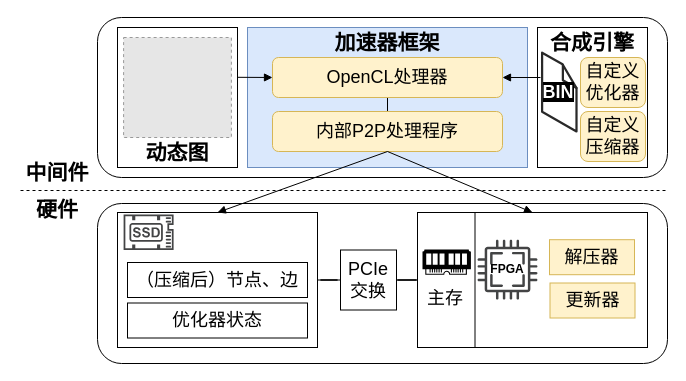
Earlier version of the draw.io diagram fpga.drawio (icszhr/GNN-project). Source tidied: cells renumbered, new cells numbered last; positions are measured from the earlier drawing's top-left corner, leaving out a move shared by most shapes. Both pictures are drawn from the tidied source at 100%, with x=0, y=0 at pixel (17, 17). Pictures stored in the file or linked from it are replaced by grey dashed boxes.
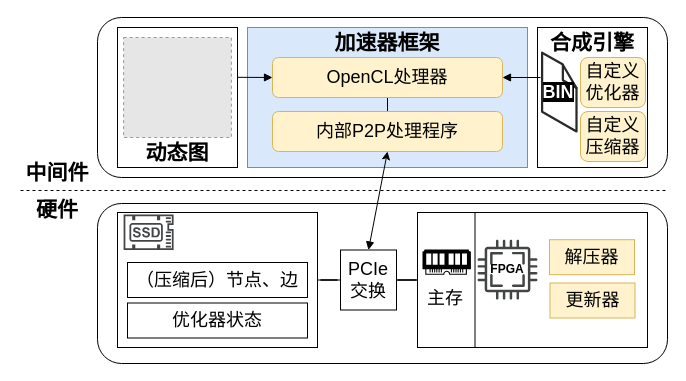
Above is the later version.

Unchanged cells that the change refers to:
```xml
<mxCell id="11" style="rounded=1;whiteSpace=wrap;html=1;fillColor=#fff2cc;strokeColor=#d6b656;" parent="1" vertex="1">
  <mxGeometry x="255" y="94" width="230" height="40" as="geometry" />
</mxCell>
<mxCell id="19" style="rounded=0;whiteSpace=wrap;html=1;" parent="1" vertex="1">
  <mxGeometry x="100" y="195" width="200" height="135" as="geometry" />
</mxCell>
<mxCell id="22" value="&lt;font style=&quot;font-size: 18px;&quot;&gt;PCIe&lt;/font&gt;&lt;div style=&quot;font-size: 18px;&quot;&gt;&lt;font style=&quot;font-size: 18px;&quot;&gt;交换&lt;/font&gt;&lt;/div&gt;" style="rounded=0;whiteSpace=wrap;html=1;" parent="1" vertex="1">
  <mxGeometry x="323" y="232.5" width="56" height="60" as="geometry" />
</mxCell>
<mxCell id="23" style="rounded=0;whiteSpace=wrap;html=1;" parent="1" vertex="1">
  <mxGeometry x="400" y="195" width="230" height="135" as="geometry" />
</mxCell>
```

The edit, as a diff of the source:
```diff
@@
-    <mxCell id="37" style="rounded=0;jettySize=auto;html=1;exitX=0.5;exitY=1;exitDx=0;exitDy=0;entryX=0.5;entryY=0;entryDx=0;entryDy=0;endArrow=block;endFill=1;" parent="1" edge="1" source="11" target="19">
-      <mxGeometry relative="1" as="geometry" />
-    </mxCell>
-    <mxCell id="38" style="rounded=0;jettySize=auto;html=1;entryX=0.5;entryY=0;entryDx=0;entryDy=0;endArrow=block;endFill=1;exitX=0.5;exitY=1;exitDx=0;exitDy=0;" parent="1" edge="1" source="11" target="23">
+    <mxCell id="38" style="rounded=0;jettySize=auto;html=1;entryX=0.5;entryY=0;entryDx=0;entryDy=0;endArrow=block;endFill=1;exitX=0.5;exitY=1;exitDx=0;exitDy=0;startArrow=classic;startFill=1;" parent="1" edge="1" source="11" target="22">
       <mxGeometry relative="1" as="geometry" />
     </mxCell>
```
